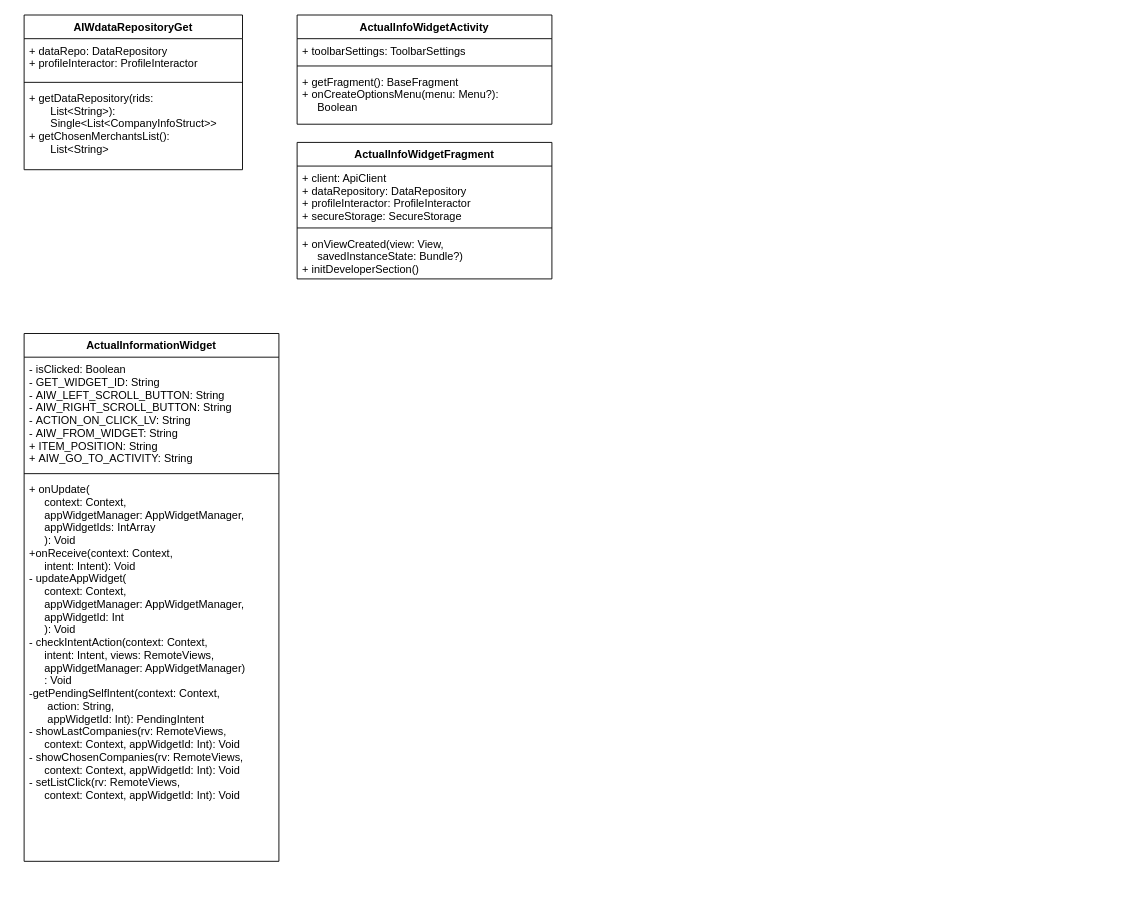
Bagdasaryan/Bagdasaryan keeps this draw.io diagram as uml.drawio. Above is the earlier version. Source tidied: cells renumbered, new cells numbered last; positions are measured from the earlier drawing's top-left corner, leaving out a move shared by most shapes. Both pictures are drawn from the tidied source at 91%, with x=0, y=0 at pixel (24, 15).
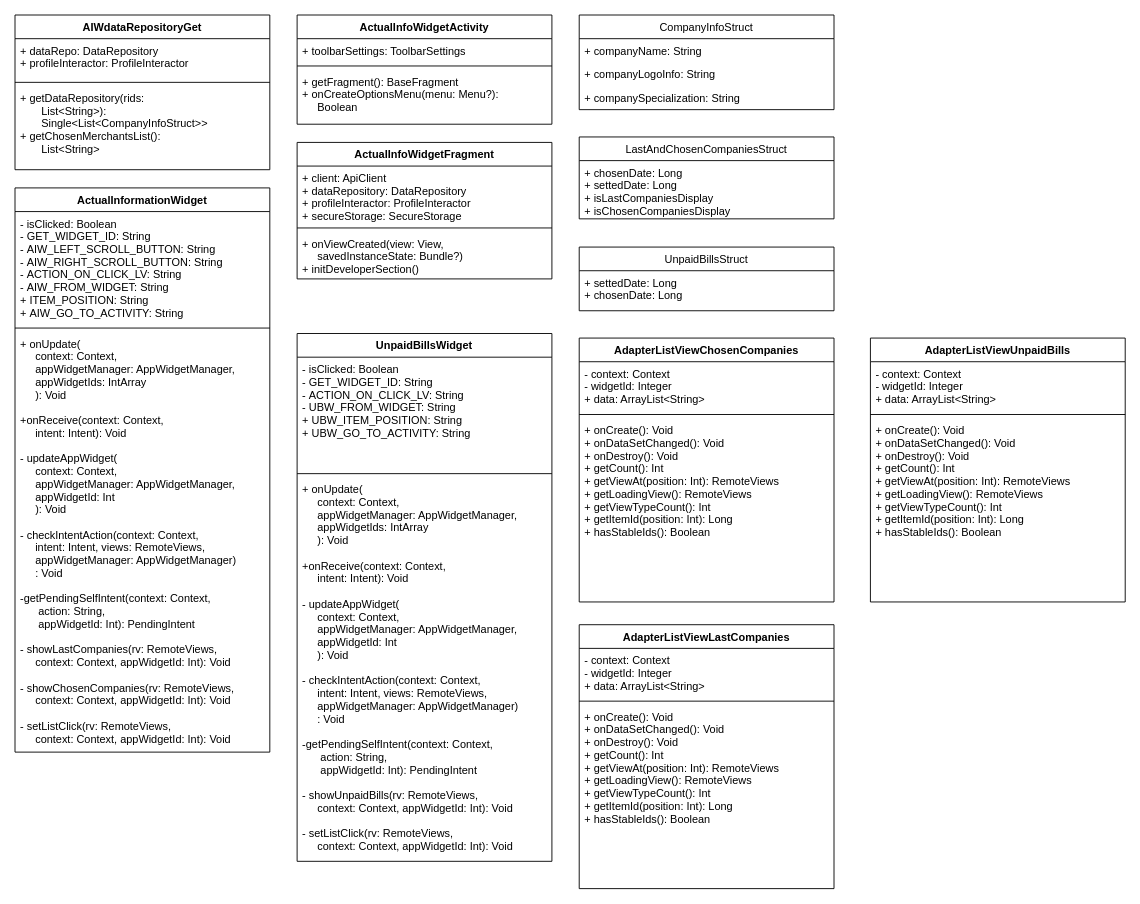
The same page after the edit.

The edit, as a diff of the source:
```diff
@@
     <mxCell id="2" value="AIWdataRepositoryGet" style="swimlane;fontStyle=1;align=center;verticalAlign=top;horizontal=1;startSize=26;" parent="1" vertex="1">
-      <mxGeometry width="240" height="170" as="geometry" />
+      <mxGeometry x="-10" width="280" height="170" as="geometry" />
     </mxCell>
     <mxCell id="3" value="+ dataRepo: DataRepository&#10;+ profileInteractor: ProfileInteractor" style="text;strokeColor=none;fillColor=none;align=left;verticalAlign=top;spacingLeft=4;spacingRight=4;overflow=hidden;" parent="2" vertex="1">
-      <mxGeometry y="26" width="240" height="44" as="geometry" />
+      <mxGeometry y="26" width="280" height="44" as="geometry" />
     </mxCell>
     <mxCell id="4" style="line;strokeWidth=1;fillColor=none;align=left;verticalAlign=middle;spacingTop=-1;spacingLeft=3;spacingRight=3;labelPosition=right;" parent="2" vertex="1">
-      <mxGeometry y="70" width="240" height="8" as="geometry" />
+      <mxGeometry y="70" width="280" height="8" as="geometry" />
     </mxCell>
     <mxCell id="5" value="+ getDataRepository(rids: &#10;       List&lt;String&gt;): &#10;       Single&lt;List&lt;CompanyInfoStruct&gt;&gt;&#10;+ getChosenMerchantsList(): &#10;       List&lt;String&gt;" style="text;strokeColor=none;fillColor=none;align=left;verticalAlign=top;spacingLeft=4;spacingRight=4;overflow=hidden;" parent="2" vertex="1">
-      <mxGeometry y="78" width="240" height="92" as="geometry" />
+      <mxGeometry y="78" width="280" height="92" as="geometry" />
     </mxCell>
@@
     <mxCell id="14" value="ActualInformationWidget" style="swimlane;fontStyle=1;align=center;verticalAlign=top;horizontal=1;startSize=26;" parent="1" vertex="1">
-      <mxGeometry y="350" width="280" height="580" as="geometry" />
+      <mxGeometry x="-10" y="190" width="280" height="620" as="geometry" />
     </mxCell>
@@
-    <mxCell id="17" value="+ onUpdate(&#10;     context: Context,&#10;     appWidgetManager: AppWidgetManager,&#10;     appWidgetIds: IntArray&#10;     ): Void &#10;+onReceive(context: Context, &#10;     intent: Intent): Void&#10;- updateAppWidget(&#10;     context: Context,&#10;     appWidgetManager: AppWidgetManager,&#10;     appWidgetId: Int&#10;     ): Void&#10;- checkIntentAction(context: Context, &#10;     intent: Intent, views: RemoteViews, &#10;     appWidgetManager: AppWidgetManager)&#10;     : Void &#10;-getPendingSelfIntent(context: Context,&#10;      action: String,&#10;      appWidgetId: Int): PendingIntent&#10;- showLastCompanies(rv: RemoteViews, &#10;     context: Context, appWidgetId: Int): Void&#10;- showChosenCompanies(rv: RemoteViews, &#10;     context: Context, appWidgetId: Int): Void&#10;- setListClick(rv: RemoteViews, &#10;     context: Context, appWidgetId: Int): Void" style="text;strokeColor=none;fillColor=none;align=left;verticalAlign=top;spacingLeft=4;spacingRight=4;overflow=hidden;" parent="14" vertex="1">
-      <mxGeometry y="158" width="280" height="422" as="geometry" />
+    <mxCell id="17" value="+ onUpdate(&#10;     context: Context,&#10;     appWidgetManager: AppWidgetManager,&#10;     appWidgetIds: IntArray&#10;     ): Void &#10;&#10;+onReceive(context: Context, &#10;     intent: Intent): Void&#10;&#10;- updateAppWidget(&#10;     context: Context,&#10;     appWidgetManager: AppWidgetManager,&#10;     appWidgetId: Int&#10;     ): Void&#10;&#10;- checkIntentAction(context: Context, &#10;     intent: Intent, views: RemoteViews, &#10;     appWidgetManager: AppWidgetManager)&#10;     : Void &#10;&#10;-getPendingSelfIntent(context: Context,&#10;      action: String,&#10;      appWidgetId: Int): PendingIntent&#10;&#10;- showLastCompanies(rv: RemoteViews, &#10;     context: Context, appWidgetId: Int): Void&#10;&#10;- showChosenCompanies(rv: RemoteViews, &#10;     context: Context, appWidgetId: Int): Void&#10;&#10;- setListClick(rv: RemoteViews, &#10;     context: Context, appWidgetId: Int): Void" style="text;strokeColor=none;fillColor=none;align=left;verticalAlign=top;spacingLeft=4;spacingRight=4;overflow=hidden;" parent="14" vertex="1">
+      <mxGeometry y="158" width="280" height="462" as="geometry" />
     </mxCell>
+    <mxCell id="18" value="CompanyInfoStruct" style="swimlane;fontStyle=0;horizontal=1;startSize=26;fillColor=none;" parent="1" vertex="1">
+      <mxGeometry x="610" width="280" height="104" as="geometry" />
+    </mxCell>
+    <mxCell id="19" value="+ companyName: String" style="text;strokeColor=none;fillColor=none;align=left;verticalAlign=top;spacingLeft=4;spacingRight=4;overflow=hidden;" parent="18" vertex="1">
+      <mxGeometry y="26" width="280" height="26" as="geometry" />
+    </mxCell>
+    <mxCell id="20" value="+ companyLogoInfo: String" style="text;strokeColor=none;fillColor=none;align=left;verticalAlign=top;spacingLeft=4;spacingRight=4;overflow=hidden;" parent="18" vertex="1">
+      <mxGeometry y="52" width="280" height="26" as="geometry" />
+    </mxCell>
+    <mxCell id="21" value="+ companySpecialization: String" style="text;strokeColor=none;fillColor=none;align=left;verticalAlign=top;spacingLeft=4;spacingRight=4;overflow=hidden;" parent="18" vertex="1">
+      <mxGeometry y="78" width="280" height="26" as="geometry" />
+    </mxCell>
+    <mxCell id="22" value="LastAndChosenCompaniesStruct" style="swimlane;fontStyle=0;horizontal=1;startSize=26;fillColor=none;" parent="1" vertex="1">
+      <mxGeometry x="610" y="134" width="280" height="90" as="geometry" />
+    </mxCell>
+    <mxCell id="23" value="+ chosenDate: Long&#10;+ settedDate: Long&#10;+ isLastCompaniesDisplay&#10;+ isChosenCompaniesDisplay" style="text;strokeColor=none;fillColor=none;align=left;verticalAlign=top;spacingLeft=4;spacingRight=4;overflow=hidden;" parent="22" vertex="1">
+      <mxGeometry y="26" width="280" height="64" as="geometry" />
+    </mxCell>
+    <mxCell id="24" value="UnpaidBillsStruct" style="swimlane;fontStyle=0;horizontal=1;startSize=26;fillColor=none;" parent="1" vertex="1">
+      <mxGeometry x="610" y="255" width="280" height="70" as="geometry" />
+    </mxCell>
+    <mxCell id="25" value="+ settedDate: Long&#10;+ chosenDate: Long" style="text;strokeColor=none;fillColor=none;align=left;verticalAlign=top;spacingLeft=4;spacingRight=4;overflow=hidden;" parent="24" vertex="1">
+      <mxGeometry y="26" width="280" height="44" as="geometry" />
+    </mxCell>
+    <mxCell id="26" value="UnpaidBillsWidget" style="swimlane;fontStyle=1;align=center;verticalAlign=top;horizontal=1;startSize=26;" parent="1" vertex="1">
+      <mxGeometry x="300" y="350" width="280" height="580" as="geometry" />
+    </mxCell>
+    <mxCell id="27" value="- isClicked: Boolean&#10;- GET_WIDGET_ID: String&#10;- ACTION_ON_CLICK_LV: String&#10;- UBW_FROM_WIDGET: String&#10;+ UBW_ITEM_POSITION: String&#10;+ UBW_GO_TO_ACTIVITY: String" style="text;strokeColor=none;fillColor=none;align=left;verticalAlign=top;spacingLeft=4;spacingRight=4;overflow=hidden;" parent="26" vertex="1">
+      <mxGeometry y="26" width="280" height="124" as="geometry" />
+    </mxCell>
+    <mxCell id="28" style="line;strokeWidth=1;fillColor=none;align=left;verticalAlign=middle;spacingTop=-1;spacingLeft=3;spacingRight=3;labelPosition=right;" parent="26" vertex="1">
+      <mxGeometry y="150" width="280" height="8" as="geometry" />
+    </mxCell>
+    <mxCell id="29" value="+ onUpdate(&#10;     context: Context,&#10;     appWidgetManager: AppWidgetManager,&#10;     appWidgetIds: IntArray&#10;     ): Void &#10;&#10;+onReceive(context: Context, &#10;     intent: Intent): Void&#10;&#10;- updateAppWidget(&#10;     context: Context,&#10;     appWidgetManager: AppWidgetManager,&#10;     appWidgetId: Int&#10;     ): Void&#10;&#10;- checkIntentAction(context: Context, &#10;     intent: Intent, views: RemoteViews, &#10;     appWidgetManager: AppWidgetManager)&#10;     : Void &#10;&#10;-getPendingSelfIntent(context: Context,&#10;      action: String,&#10;      appWidgetId: Int): PendingIntent&#10;&#10;- showUnpaidBills(rv: RemoteViews, &#10;     context: Context, appWidgetId: Int): Void&#10;&#10;- setListClick(rv: RemoteViews, &#10;     context: Context, appWidgetId: Int): Void" style="text;strokeColor=none;fillColor=none;align=left;verticalAlign=top;spacingLeft=4;spacingRight=4;overflow=hidden;" parent="26" vertex="1">
+      <mxGeometry y="158" width="280" height="422" as="geometry" />
+    </mxCell>
+    <mxCell id="30" value="AdapterListViewChosenCompanies" style="swimlane;fontStyle=1;align=center;verticalAlign=top;horizontal=1;startSize=26;" parent="1" vertex="1">
+      <mxGeometry x="610" y="355" width="280" height="290" as="geometry" />
+    </mxCell>
+    <mxCell id="31" value="- context: Context&#10;- widgetId: Integer&#10;+ data: ArrayList&lt;String&gt;" style="text;strokeColor=none;fillColor=none;align=left;verticalAlign=top;spacingLeft=4;spacingRight=4;overflow=hidden;" parent="30" vertex="1">
+      <mxGeometry y="26" width="280" height="54" as="geometry" />
+    </mxCell>
+    <mxCell id="32" style="line;strokeWidth=1;fillColor=none;align=left;verticalAlign=middle;spacingTop=-1;spacingLeft=3;spacingRight=3;labelPosition=right;" parent="30" vertex="1">
+      <mxGeometry y="80" width="280" height="8" as="geometry" />
+    </mxCell>
+    <mxCell id="33" value="+ onCreate(): Void&#10;+ onDataSetChanged(): Void&#10;+ onDestroy(): Void&#10;+ getCount(): Int&#10;+ getViewAt(position: Int): RemoteViews&#10;+ getLoadingView(): RemoteViews&#10;+ getViewTypeCount(): Int&#10;+ getItemId(position: Int): Long&#10;+ hasStableIds(): Boolean" style="text;strokeColor=none;fillColor=none;align=left;verticalAlign=top;spacingLeft=4;spacingRight=4;overflow=hidden;" parent="30" vertex="1">
+      <mxGeometry y="88" width="280" height="202" as="geometry" />
+    </mxCell>
+    <mxCell id="34" value="AdapterListViewLastCompanies" style="swimlane;fontStyle=1;align=center;verticalAlign=top;horizontal=1;startSize=26;" parent="1" vertex="1">
+      <mxGeometry x="610" y="670" width="280" height="290" as="geometry" />
+    </mxCell>
+    <mxCell id="35" value="- context: Context&#10;- widgetId: Integer&#10;+ data: ArrayList&lt;String&gt;" style="text;strokeColor=none;fillColor=none;align=left;verticalAlign=top;spacingLeft=4;spacingRight=4;overflow=hidden;" parent="34" vertex="1">
+      <mxGeometry y="26" width="280" height="54" as="geometry" />
+    </mxCell>
+    <mxCell id="36" style="line;strokeWidth=1;fillColor=none;align=left;verticalAlign=middle;spacingTop=-1;spacingLeft=3;spacingRight=3;labelPosition=right;" parent="34" vertex="1">
+      <mxGeometry y="80" width="280" height="8" as="geometry" />
+    </mxCell>
+    <mxCell id="37" value="+ onCreate(): Void&#10;+ onDataSetChanged(): Void&#10;+ onDestroy(): Void&#10;+ getCount(): Int&#10;+ getViewAt(position: Int): RemoteViews&#10;+ getLoadingView(): RemoteViews&#10;+ getViewTypeCount(): Int&#10;+ getItemId(position: Int): Long&#10;+ hasStableIds(): Boolean" style="text;strokeColor=none;fillColor=none;align=left;verticalAlign=top;spacingLeft=4;spacingRight=4;overflow=hidden;" parent="34" vertex="1">
+      <mxGeometry y="88" width="280" height="202" as="geometry" />
+    </mxCell>
+    <mxCell id="38" value="AdapterListViewUnpaidBills" style="swimlane;fontStyle=1;align=center;verticalAlign=top;horizontal=1;startSize=26;" parent="1" vertex="1">
+      <mxGeometry x="930" y="355" width="280" height="290" as="geometry" />
+    </mxCell>
+    <mxCell id="39" value="- context: Context&#10;- widgetId: Integer&#10;+ data: ArrayList&lt;String&gt;" style="text;strokeColor=none;fillColor=none;align=left;verticalAlign=top;spacingLeft=4;spacingRight=4;overflow=hidden;" parent="38" vertex="1">
+      <mxGeometry y="26" width="280" height="54" as="geometry" />
+    </mxCell>
+    <mxCell id="40" style="line;strokeWidth=1;fillColor=none;align=left;verticalAlign=middle;spacingTop=-1;spacingLeft=3;spacingRight=3;labelPosition=right;" parent="38" vertex="1">
+      <mxGeometry y="80" width="280" height="8" as="geometry" />
+    </mxCell>
+    <mxCell id="41" value="+ onCreate(): Void&#10;+ onDataSetChanged(): Void&#10;+ onDestroy(): Void&#10;+ getCount(): Int&#10;+ getViewAt(position: Int): RemoteViews&#10;+ getLoadingView(): RemoteViews&#10;+ getViewTypeCount(): Int&#10;+ getItemId(position: Int): Long&#10;+ hasStableIds(): Boolean" style="text;strokeColor=none;fillColor=none;align=left;verticalAlign=top;spacingLeft=4;spacingRight=4;overflow=hidden;" parent="38" vertex="1">
+      <mxGeometry y="88" width="280" height="202" as="geometry" />
+    </mxCell>
```
